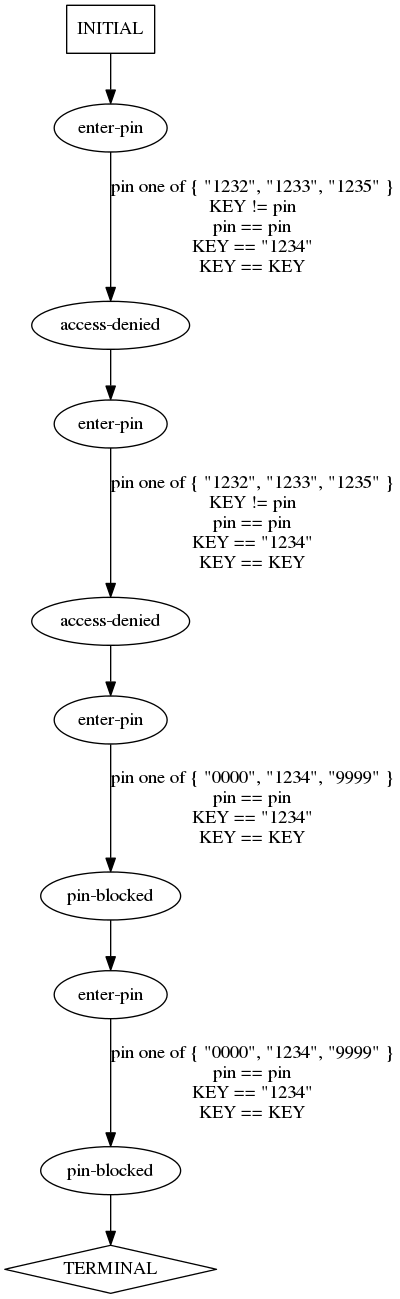
ModelInference/synoptic keeps this Graphviz diagram as traces/abstract/verify-pin/predicted-paths/verify-pin-test11.dot.png. Above is the earlier version. Its source is kept beside it as traces/abstract/verify-pin/predicted-paths/verify-pin-test11.dot. The source it was exported from:
```dot
digraph {
  0 [label="access-denied"];
  1 [label="access-denied"];
  2 [label="enter-pin"];
  3 [label="enter-pin"];
  4 [label="enter-pin"];
  5 [label="enter-pin"];
  6 [label="pin-blocked"];
  7 [label="pin-blocked"];
  8 [label="TERMINAL",shape=diamond];
  9 [label="INITIAL",shape=box];
0->3 [label="",];
1->4 [label="",];
2->0 [label="pin one of { \"1232\", \"1233\", \"1235\" }\nKEY != pin\npin == pin\nKEY == \"1234\"\nKEY == KEY",];
3->1 [label="pin one of { \"1232\", \"1233\", \"1235\" }\nKEY != pin\npin == pin\nKEY == \"1234\"\nKEY == KEY",];
4->6 [label="pin one of { \"0000\", \"1234\", \"9999\" }\npin == pin\nKEY == \"1234\"\nKEY == KEY",];
5->7 [label="pin one of { \"0000\", \"1234\", \"9999\" }\npin == pin\nKEY == \"1234\"\nKEY == KEY",];
6->5 [label="",];
7->8 [label="",];
9->2 [label="",];
} // digraph {
```
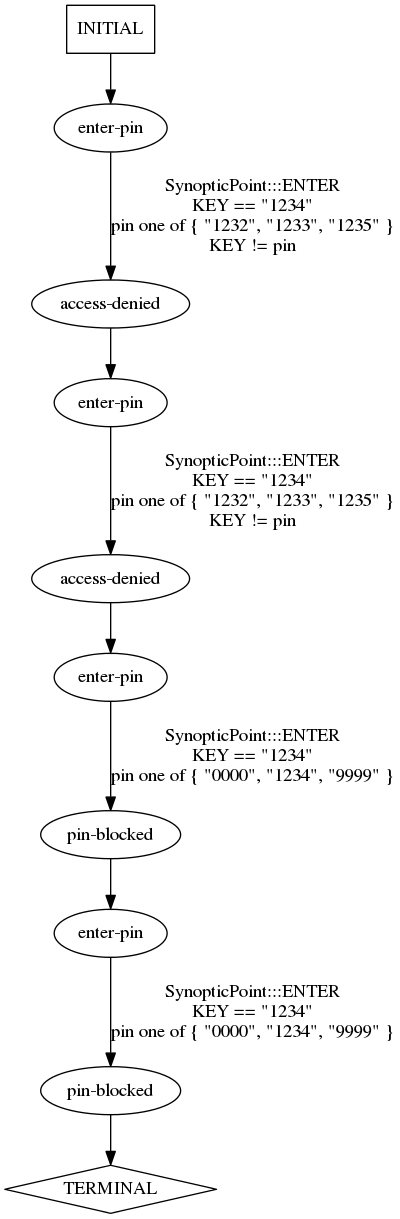
Later version of the same file.

Diff of the diagram source:
```diff
@@ -11,10 +11,10 @@
   9 [label="INITIAL",shape=box];
 0->3 [label="",];
 1->4 [label="",];
-2->0 [label="pin one of { \"1232\", \"1233\", \"1235\" }\nKEY != pin\npin == pin\nKEY == \"1234\"\nKEY == KEY",];
-3->1 [label="pin one of { \"1232\", \"1233\", \"1235\" }\nKEY != pin\npin == pin\nKEY == \"1234\"\nKEY == KEY",];
-4->6 [label="pin one of { \"0000\", \"1234\", \"9999\" }\npin == pin\nKEY == \"1234\"\nKEY == KEY",];
-5->7 [label="pin one of { \"0000\", \"1234\", \"9999\" }\npin == pin\nKEY == \"1234\"\nKEY == KEY",];
+2->0 [label="SynopticPoint:::ENTER\nKEY == \"1234\"\npin one of { \"1232\", \"1233\", \"1235\" }\nKEY != pin\n",];
+3->1 [label="SynopticPoint:::ENTER\nKEY == \"1234\"\npin one of { \"1232\", \"1233\", \"1235\" }\nKEY != pin\n",];
+4->6 [label="SynopticPoint:::ENTER\nKEY == \"1234\"\npin one of { \"0000\", \"1234\", \"9999\" }\n",];
+5->7 [label="SynopticPoint:::ENTER\nKEY == \"1234\"\npin one of { \"0000\", \"1234\", \"9999\" }\n",];
 6->5 [label="",];
 7->8 [label="",];
 9->2 [label="",];
```
